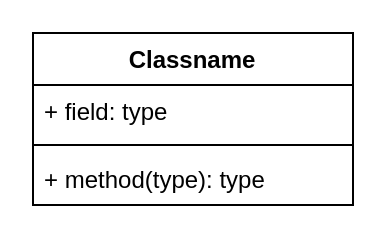
This is Untitled Diagram.drawio from c5ms/c5ms.github.io, a draw.io file, before an edit. Source tidied: cells renumbered, new cells numbered last; positions are measured from the earlier drawing's top-left corner, leaving out a move shared by most shapes. Both pictures are drawn from the tidied source at 200%, with x=0, y=0 at pixel (32, 32).
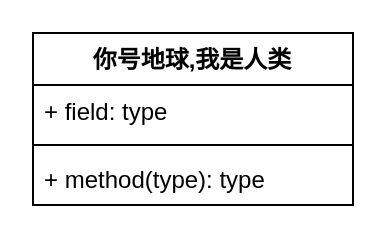
After the change.

Change to the diagram source:
```diff
@@
 <mxGraphModel background="#ffffff">
   <root>
     <mxCell id="0" />
     <mxCell id="1" parent="0" />
-    <mxCell id="2" value="Classname" style="swimlane;fontStyle=1;align=center;verticalAlign=top;horizontal=1;startSize=26;" parent="1" vertex="1">
+    <mxCell id="2" value="你号地球,我是人类&#10;" style="swimlane;fontStyle=1;align=center;verticalAlign=top;horizontal=1;startSize=26;" parent="1" vertex="1">
       <mxGeometry width="160" height="86" as="geometry" />
     </mxCell>
     <mxCell id="3" value="+ field: type" style="text;strokeColor=none;fillColor=none;align=left;verticalAlign=top;spacingLeft=4;spacingRight=4;overflow=hidden;" parent="2" vertex="1">
       <mxGeometry y="26" width="160" height="26" as="geometry" />
     </mxCell>
     <mxCell id="4" style="line;strokeWidth=1;fillColor=none;align=left;verticalAlign=middle;spacingTop=-1;spacingLeft=3;spacingRight=3;labelPosition=right;" parent="2" vertex="1">
       <mxGeometry y="52" width="160" height="8" as="geometry" />
     </mxCell>
     <mxCell id="5" value="+ method(type): type" style="text;strokeColor=none;fillColor=none;align=left;verticalAlign=top;spacingLeft=4;spacingRight=4;overflow=hidden;" parent="2" vertex="1">
       <mxGeometry y="60" width="160" height="26" as="geometry" />
     </mxCell>
   </root>
 </mxGraphModel>
```
